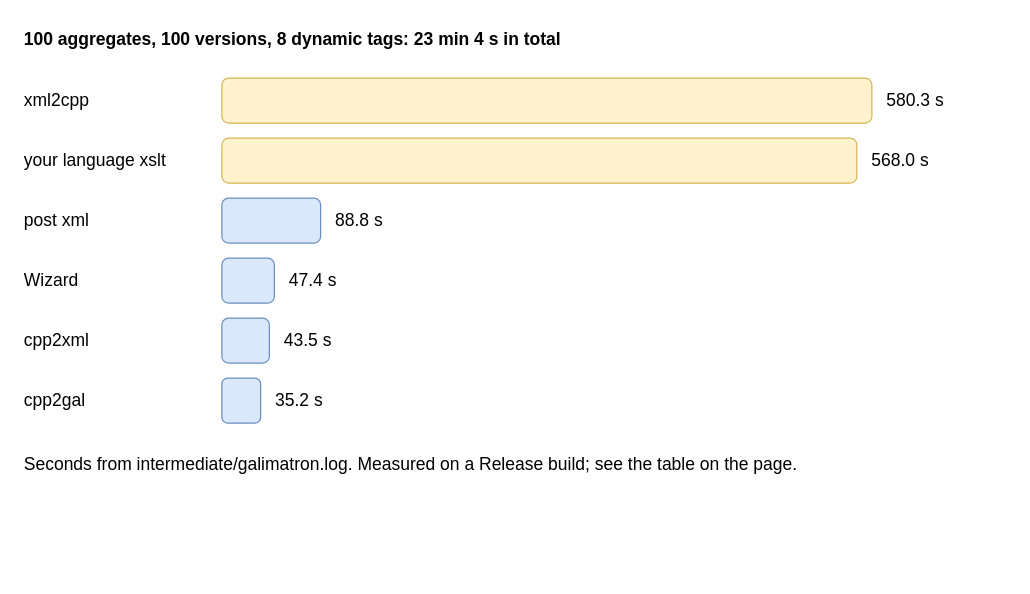
Above: drawio/23_benchmark_time.drawio in goloveshin/galimatron_doc (draw.io), before the change. Source tidied: cells renumbered, new cells numbered last; positions are measured from the earlier drawing's top-left corner, leaving out a move shared by most shapes. Both pictures are drawn from the tidied source at 125%, with x=0, y=0 at pixel (21, 21).
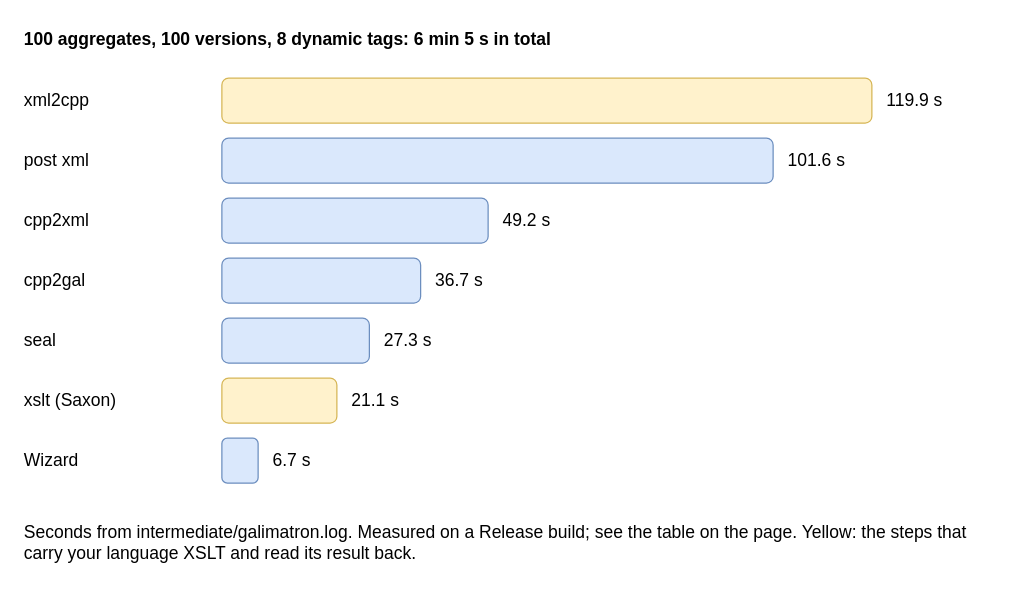
After the change.

Change to the diagram source:
```diff
@@
-    <mxCell id="2" value="100 aggregates, 100 versions, 8 dynamic tags: 23 min 4 s in total" style="text;html=1;whiteSpace=wrap;verticalAlign=middle;align=left;fontStyle=1;fontSize=14;" parent="1" vertex="1">
+    <mxCell id="2" value="100 aggregates, 100 versions, 8 dynamic tags: 6 min 5 s in total" style="text;html=1;whiteSpace=wrap;verticalAlign=middle;align=left;fontStyle=1;fontSize=14;" parent="1" vertex="1">
       <mxGeometry width="770" height="28" as="geometry" />
     </mxCell>
@@
-    <mxCell id="5" value="580.3 s" style="text;html=1;whiteSpace=wrap;verticalAlign=middle;align=left;fontSize=14;" parent="1" vertex="1">
+    <mxCell id="5" value="119.9 s" style="text;html=1;whiteSpace=wrap;verticalAlign=middle;align=left;fontSize=14;" parent="1" vertex="1">
       <mxGeometry x="690" y="45" width="100" height="36" as="geometry" />
     </mxCell>
-    <mxCell id="6" value="your language xslt" style="text;html=1;whiteSpace=wrap;verticalAlign=middle;align=left;fontSize=14;" parent="1" vertex="1">
+    <mxCell id="6" value="post xml" style="text;html=1;whiteSpace=wrap;verticalAlign=middle;align=left;fontSize=14;" parent="1" vertex="1">
       <mxGeometry y="93" width="150" height="36" as="geometry" />
     </mxCell>
-    <mxCell id="7" style="rounded=1;whiteSpace=wrap;html=1;fillColor=#fff2cc;strokeColor=#d6b656;fontSize=14;" parent="1" vertex="1">
-      <mxGeometry x="160" y="93" width="508" height="36" as="geometry" />
+    <mxCell id="7" style="rounded=1;whiteSpace=wrap;html=1;fillColor=#dae8fc;strokeColor=#6c8ebf;fontSize=14;" parent="1" vertex="1">
+      <mxGeometry x="160" y="93" width="441" height="36" as="geometry" />
     </mxCell>
-    <mxCell id="8" value="568.0 s" style="text;html=1;whiteSpace=wrap;verticalAlign=middle;align=left;fontSize=14;" parent="1" vertex="1">
-      <mxGeometry x="678" y="93" width="100" height="36" as="geometry" />
+    <mxCell id="8" value="101.6 s" style="text;html=1;whiteSpace=wrap;verticalAlign=middle;align=left;fontSize=14;" parent="1" vertex="1">
+      <mxGeometry x="611" y="93" width="100" height="36" as="geometry" />
     </mxCell>
-    <mxCell id="9" value="post xml" style="text;html=1;whiteSpace=wrap;verticalAlign=middle;align=left;fontSize=14;" parent="1" vertex="1">
+    <mxCell id="9" value="cpp2xml" style="text;html=1;whiteSpace=wrap;verticalAlign=middle;align=left;fontSize=14;" parent="1" vertex="1">
       <mxGeometry y="141" width="150" height="36" as="geometry" />
     </mxCell>
     <mxCell id="10" style="rounded=1;whiteSpace=wrap;html=1;fillColor=#dae8fc;strokeColor=#6c8ebf;fontSize=14;" parent="1" vertex="1">
-      <mxGeometry x="160" y="141" width="79" height="36" as="geometry" />
+      <mxGeometry x="160" y="141" width="213" height="36" as="geometry" />
     </mxCell>
-    <mxCell id="11" value="88.8 s" style="text;html=1;whiteSpace=wrap;verticalAlign=middle;align=left;fontSize=14;" parent="1" vertex="1">
-      <mxGeometry x="249" y="141" width="100" height="36" as="geometry" />
+    <mxCell id="11" value="49.2 s" style="text;html=1;whiteSpace=wrap;verticalAlign=middle;align=left;fontSize=14;" parent="1" vertex="1">
+      <mxGeometry x="383" y="141" width="100" height="36" as="geometry" />
     </mxCell>
-    <mxCell id="12" value="Wizard" style="text;html=1;whiteSpace=wrap;verticalAlign=middle;align=left;fontSize=14;" parent="1" vertex="1">
+    <mxCell id="12" value="cpp2gal" style="text;html=1;whiteSpace=wrap;verticalAlign=middle;align=left;fontSize=14;" parent="1" vertex="1">
       <mxGeometry y="189" width="150" height="36" as="geometry" />
     </mxCell>
     <mxCell id="13" style="rounded=1;whiteSpace=wrap;html=1;fillColor=#dae8fc;strokeColor=#6c8ebf;fontSize=14;" parent="1" vertex="1">
-      <mxGeometry x="160" y="189" width="42" height="36" as="geometry" />
+      <mxGeometry x="160" y="189" width="159" height="36" as="geometry" />
     </mxCell>
-    <mxCell id="14" value="47.4 s" style="text;html=1;whiteSpace=wrap;verticalAlign=middle;align=left;fontSize=14;" parent="1" vertex="1">
-      <mxGeometry x="212" y="189" width="100" height="36" as="geometry" />
+    <mxCell id="14" value="36.7 s" style="text;html=1;whiteSpace=wrap;verticalAlign=middle;align=left;fontSize=14;" parent="1" vertex="1">
+      <mxGeometry x="329" y="189" width="100" height="36" as="geometry" />
     </mxCell>
-    <mxCell id="15" value="cpp2xml" style="text;html=1;whiteSpace=wrap;verticalAlign=middle;align=left;fontSize=14;" parent="1" vertex="1">
+    <mxCell id="15" value="seal" style="text;html=1;whiteSpace=wrap;verticalAlign=middle;align=left;fontSize=14;" parent="1" vertex="1">
       <mxGeometry y="237" width="150" height="36" as="geometry" />
     </mxCell>
     <mxCell id="16" style="rounded=1;whiteSpace=wrap;html=1;fillColor=#dae8fc;strokeColor=#6c8ebf;fontSize=14;" parent="1" vertex="1">
-      <mxGeometry x="160" y="237" width="38" height="36" as="geometry" />
+      <mxGeometry x="160" y="237" width="118" height="36" as="geometry" />
     </mxCell>
-    <mxCell id="17" value="43.5 s" style="text;html=1;whiteSpace=wrap;verticalAlign=middle;align=left;fontSize=14;" parent="1" vertex="1">
-      <mxGeometry x="208" y="237" width="100" height="36" as="geometry" />
+    <mxCell id="17" value="27.3 s" style="text;html=1;whiteSpace=wrap;verticalAlign=middle;align=left;fontSize=14;" parent="1" vertex="1">
+      <mxGeometry x="288" y="237" width="100" height="36" as="geometry" />
     </mxCell>
-    <mxCell id="18" value="cpp2gal" style="text;html=1;whiteSpace=wrap;verticalAlign=middle;align=left;fontSize=14;" parent="1" vertex="1">
+    <mxCell id="18" value="xslt (Saxon)" style="text;html=1;whiteSpace=wrap;verticalAlign=middle;align=left;fontSize=14;" parent="1" vertex="1">
       <mxGeometry y="285" width="150" height="36" as="geometry" />
     </mxCell>
-    <mxCell id="19" style="rounded=1;whiteSpace=wrap;html=1;fillColor=#dae8fc;strokeColor=#6c8ebf;fontSize=14;" parent="1" vertex="1">
-      <mxGeometry x="160" y="285" width="31" height="36" as="geometry" />
+    <mxCell id="19" style="rounded=1;whiteSpace=wrap;html=1;fillColor=#fff2cc;strokeColor=#d6b656;fontSize=14;" parent="1" vertex="1">
+      <mxGeometry x="160" y="285" width="92" height="36" as="geometry" />
     </mxCell>
-    <mxCell id="20" value="35.2 s" style="text;html=1;whiteSpace=wrap;verticalAlign=middle;align=left;fontSize=14;" parent="1" vertex="1">
-      <mxGeometry x="201" y="285" width="100" height="36" as="geometry" />
+    <mxCell id="20" value="21.1 s" style="text;html=1;whiteSpace=wrap;verticalAlign=middle;align=left;fontSize=14;" parent="1" vertex="1">
+      <mxGeometry x="262" y="285" width="100" height="36" as="geometry" />
     </mxCell>
+    <mxCell id="22" value="Wizard" style="text;html=1;whiteSpace=wrap;verticalAlign=middle;align=left;fontSize=14;" parent="1" vertex="1">
+      <mxGeometry y="333" width="150" height="36" as="geometry" />
+    </mxCell>
+    <mxCell id="23" style="rounded=1;whiteSpace=wrap;html=1;fillColor=#dae8fc;strokeColor=#6c8ebf;fontSize=14;" parent="1" vertex="1">
+      <mxGeometry x="160" y="333" width="29" height="36" as="geometry" />
+    </mxCell>
+    <mxCell id="24" value="6.7 s" style="text;html=1;whiteSpace=wrap;verticalAlign=middle;align=left;fontSize=14;" parent="1" vertex="1">
+      <mxGeometry x="199" y="333" width="100" height="36" as="geometry" />
+    </mxCell>
-    <mxCell id="21" value="Seconds from intermediate/galimatron.log. Measured on a Release build; see the table on the page." style="text;html=1;whiteSpace=wrap;verticalAlign=middle;align=left;fontSize=14;" parent="1" vertex="1">
-      <mxGeometry y="340" width="770" height="28" as="geometry" />
+    <mxCell id="21" value="Seconds from intermediate/galimatron.log. Measured on a Release build; see the table on the page. Yellow: the steps that carry your language XSLT and read its result back." style="text;html=1;whiteSpace=wrap;verticalAlign=middle;align=left;fontSize=14;" parent="1" vertex="1">
+      <mxGeometry y="391" width="770" height="50" as="geometry" />
     </mxCell>
```
